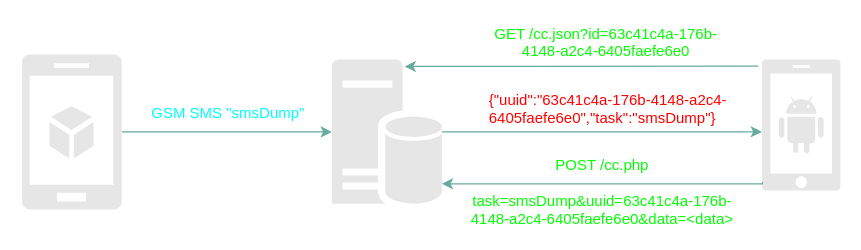
The draw.io diagram page "Use Case" (1 of 2) of misc/xombie-platform.drawio in artikrh/SMS-Xombie, before the edit. Source tidied: cells renumbered, new cells numbered last; positions are measured from the earlier drawing's top-left corner, leaving out a move shared by most shapes. Both pictures are drawn from the tidied source at 125%, with x=0, y=0 at pixel (21, 21).
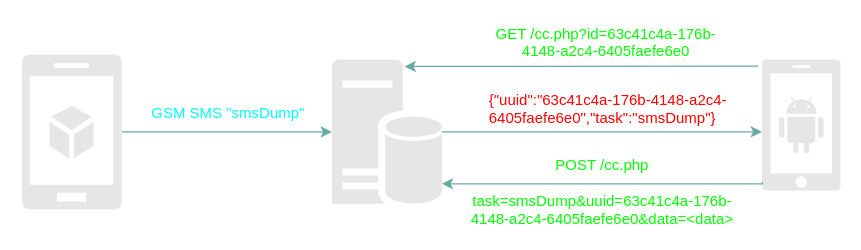
The same diagram, later.

The edit, as a diff of the source:
```diff
@@
 <mxGraphModel>
   <root>
     <mxCell id="0" />
     <mxCell id="1" parent="0" />
     <mxCell id="2" style="edgeStyle=orthogonalEdgeStyle;rounded=0;jettySize=auto;html=1;entryX=0;entryY=0.5;entryDx=0;entryDy=0;entryPerimeter=0;strokeColor=#67AB9F;fontColor=#00FFFF;" parent="1" edge="1" source="3" target="6">
       <mxGeometry relative="1" as="geometry" />
     </mxCell>
     <mxCell id="3" style="verticalLabelPosition=bottom;html=1;verticalAlign=top;align=center;strokeColor=none;fillColor=#E6E6E6;shape=mxgraph.azure.mobile_services;" parent="1" vertex="1">
       <mxGeometry y="26" width="80" height="124" as="geometry" />
     </mxCell>
     <mxCell id="4" style="shadow=0;dashed=0;html=1;strokeColor=none;labelPosition=center;verticalLabelPosition=bottom;verticalAlign=top;align=center;fillColor=#E6E6E6;shape=mxgraph.mscae.enterprise.android_phone;" parent="1" vertex="1">
       <mxGeometry x="592" y="30" width="63" height="105" as="geometry" />
     </mxCell>
     <mxCell id="5" style="edgeStyle=orthogonalEdgeStyle;rounded=0;jettySize=auto;html=1;entryX=0;entryY=0.552;entryDx=0;entryDy=0;entryPerimeter=0;strokeColor=#67AB9F;fontColor=#00FFFF;" parent="1" edge="1" source="6" target="4">
       <mxGeometry relative="1" as="geometry" />
     </mxCell>
     <mxCell id="6" style="shadow=0;dashed=0;html=1;strokeColor=none;labelPosition=center;verticalLabelPosition=bottom;verticalAlign=top;align=center;fillColor=#E6E6E6;shape=mxgraph.mscae.enterprise.database_server;" parent="1" vertex="1">
       <mxGeometry x="248" y="30" width="88" height="116" as="geometry" />
     </mxCell>
     <mxCell id="7" style="edgeStyle=orthogonalEdgeStyle;rounded=0;jettySize=auto;html=1;strokeColor=#67AB9F;exitX=0.007;exitY=0.934;exitDx=0;exitDy=0;exitPerimeter=0;" parent="1" edge="1" source="4">
       <mxGeometry relative="1" as="geometry">
         <mxPoint x="336" y="129.5" as="targetPoint" />
         <Array as="points">
           <mxPoint x="592" y="130" />
         </Array>
       </mxGeometry>
     </mxCell>
     <mxCell id="8" style="edgeStyle=orthogonalEdgeStyle;rounded=0;jettySize=auto;html=1;exitX=-0.046;exitY=0.052;exitDx=0;exitDy=0;exitPerimeter=0;strokeColor=#67AB9F;entryX=0.662;entryY=0.049;entryDx=0;entryDy=0;entryPerimeter=0;" parent="1" edge="1" source="4" target="6">
       <mxGeometry relative="1" as="geometry">
         <Array as="points">
           <mxPoint x="589" y="36" />
         </Array>
       </mxGeometry>
     </mxCell>
     <mxCell id="9" value="GSM SMS &quot;smsDump&quot;" style="text;html=1;align=left;verticalAlign=top;spacingTop=-4;fontColor=#00FFFF;" parent="1" vertex="1">
       <mxGeometry x="102" y="62.5" width="140" height="20" as="geometry" />
     </mxCell>
-    <mxCell id="10" value="&lt;font&gt;GET /cc.json?id=63c41c4a-176b-&lt;br&gt;4148-a2c4-6405faefe6e0&lt;/font&gt;" style="text;html=1;align=center;verticalAlign=top;spacingTop=-4;fontColor=#00FF00;" parent="1" vertex="1">
+    <mxCell id="10" value="&lt;font&gt;GET /cc.php?id=63c41c4a-176b-&lt;br&gt;4148-a2c4-6405faefe6e0&lt;/font&gt;" style="text;html=1;align=center;verticalAlign=top;spacingTop=-4;fontColor=#00FF00;" parent="1" vertex="1">
       <mxGeometry x="372" width="190" height="30" as="geometry" />
     </mxCell>
     <mxCell id="11" value="{&quot;uuid&quot;:&quot;63c41c4a-176b-4148-a2c4-&lt;br&gt;6405faefe6e0&quot;,&quot;task&quot;:&quot;smsDump&quot;}" style="text;html=1;align=left;verticalAlign=top;spacingTop=-4;fontColor=#FF0000;" parent="1" vertex="1">
       <mxGeometry x="372" y="52.5" width="210" height="30" as="geometry" />
     </mxCell>
     <mxCell id="12" value="&lt;font&gt;POST /cc.php&lt;br&gt;&lt;br&gt;task=smsDump&amp;amp;uuid=63c41c4a-176b-&lt;br&gt;4148-a2c4-6405faefe6e0&amp;amp;data=&amp;lt;data&amp;gt;&lt;br&gt;&lt;/font&gt;" style="text;html=1;align=center;verticalAlign=top;spacingTop=-4;fontColor=#00FF00;" parent="1" vertex="1">
       <mxGeometry x="349" y="105" width="230" height="60" as="geometry" />
     </mxCell>
   </root>
 </mxGraphModel>
```
